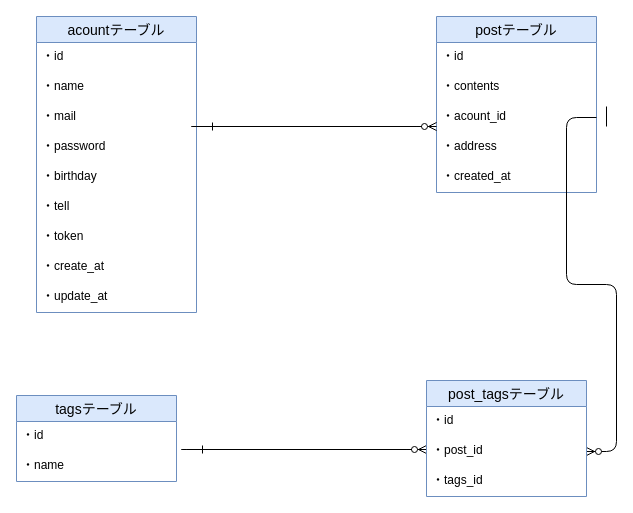
The draw.io diagram 画面遷移図/ER (2).drawio in Ryusei44237/sotuken, before the edit. Source tidied: cells renumbered, new cells numbered last; positions are measured from the earlier drawing's top-left corner, leaving out a move shared by most shapes. Both pictures are drawn from the tidied source at 100%, with x=0, y=0 at pixel (16, 16).
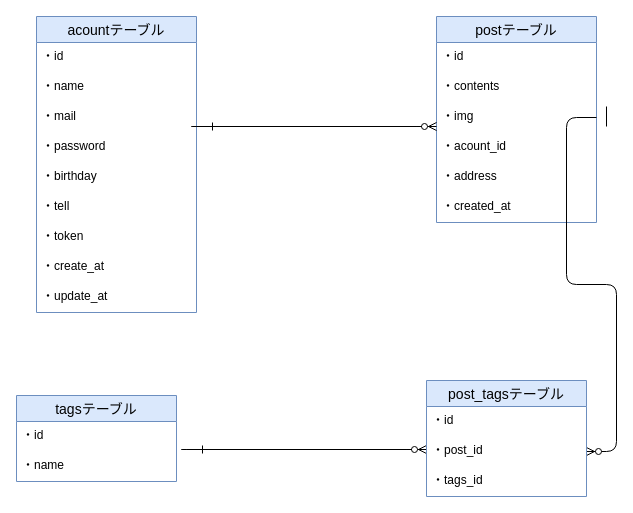
The same diagram, later.

Unchanged cells that the change refers to:
```xml
<mxCell id="28" value="・post_id" style="text;strokeColor=none;fillColor=none;spacingLeft=4;spacingRight=4;overflow=hidden;points=[[0,0.5],[1,0.5]];portConstraint=eastwest;fontSize=12;" parent="26" vertex="1">
  <mxGeometry y="56" width="160" height="30" as="geometry" />
</mxCell>
```

The edit, as a diff of the source:
```diff
@@
     <mxCell id="12" value="postテーブル" style="swimlane;fontStyle=0;horizontal=1;startSize=26;align=center;fontSize=14;labelBackgroundColor=none;fillColor=#dae8fc;strokeColor=#6c8ebf;" parent="1" vertex="1">
-      <mxGeometry x="420" width="160" height="176" as="geometry" />
+      <mxGeometry x="420" width="160" height="206" as="geometry" />
     </mxCell>
@@
+    <mxCell id="33" value="・img" style="text;strokeColor=none;fillColor=none;spacingLeft=4;spacingRight=4;overflow=hidden;points=[[0,0.5],[1,0.5]];portConstraint=eastwest;fontSize=12;" parent="12" vertex="1">
+      <mxGeometry y="86" width="160" height="30" as="geometry" />
+    </mxCell>
     <mxCell id="15" value="・acount_id" style="text;strokeColor=none;fillColor=none;spacingLeft=4;spacingRight=4;overflow=hidden;points=[[0,0.5],[1,0.5]];portConstraint=eastwest;fontSize=12;" parent="12" vertex="1">
-      <mxGeometry y="86" width="160" height="30" as="geometry" />
+      <mxGeometry y="116" width="160" height="30" as="geometry" />
     </mxCell>
     <mxCell id="16" value="・address" style="text;strokeColor=none;fillColor=none;spacingLeft=4;spacingRight=4;overflow=hidden;fontSize=12;" parent="12" vertex="1">
-      <mxGeometry y="116" width="160" height="30" as="geometry" />
+      <mxGeometry y="146" width="160" height="30" as="geometry" />
     </mxCell>
     <mxCell id="17" value="・created_at" style="text;strokeColor=none;fillColor=none;spacingLeft=4;spacingRight=4;overflow=hidden;fontSize=12;" parent="12" vertex="1">
-      <mxGeometry y="146" width="160" height="30" as="geometry" />
+      <mxGeometry y="176" width="160" height="30" as="geometry" />
     </mxCell>
@@
-    <mxCell id="21" style="edgeStyle=entityRelationEdgeStyle;fontSize=12;html=1;endArrow=ERzeroToMany;endFill=1;exitX=1;exitY=0.5;exitDx=0;exitDy=0;" parent="1" edge="1" source="15" target="28">
+    <mxCell id="21" style="edgeStyle=entityRelationEdgeStyle;fontSize=12;html=1;endArrow=ERzeroToMany;endFill=1;exitX=1;exitY=0.5;exitDx=0;exitDy=0;" parent="1" edge="1" source="33" target="28">
       <mxGeometry relative="1" as="geometry" />
     </mxCell>
```
